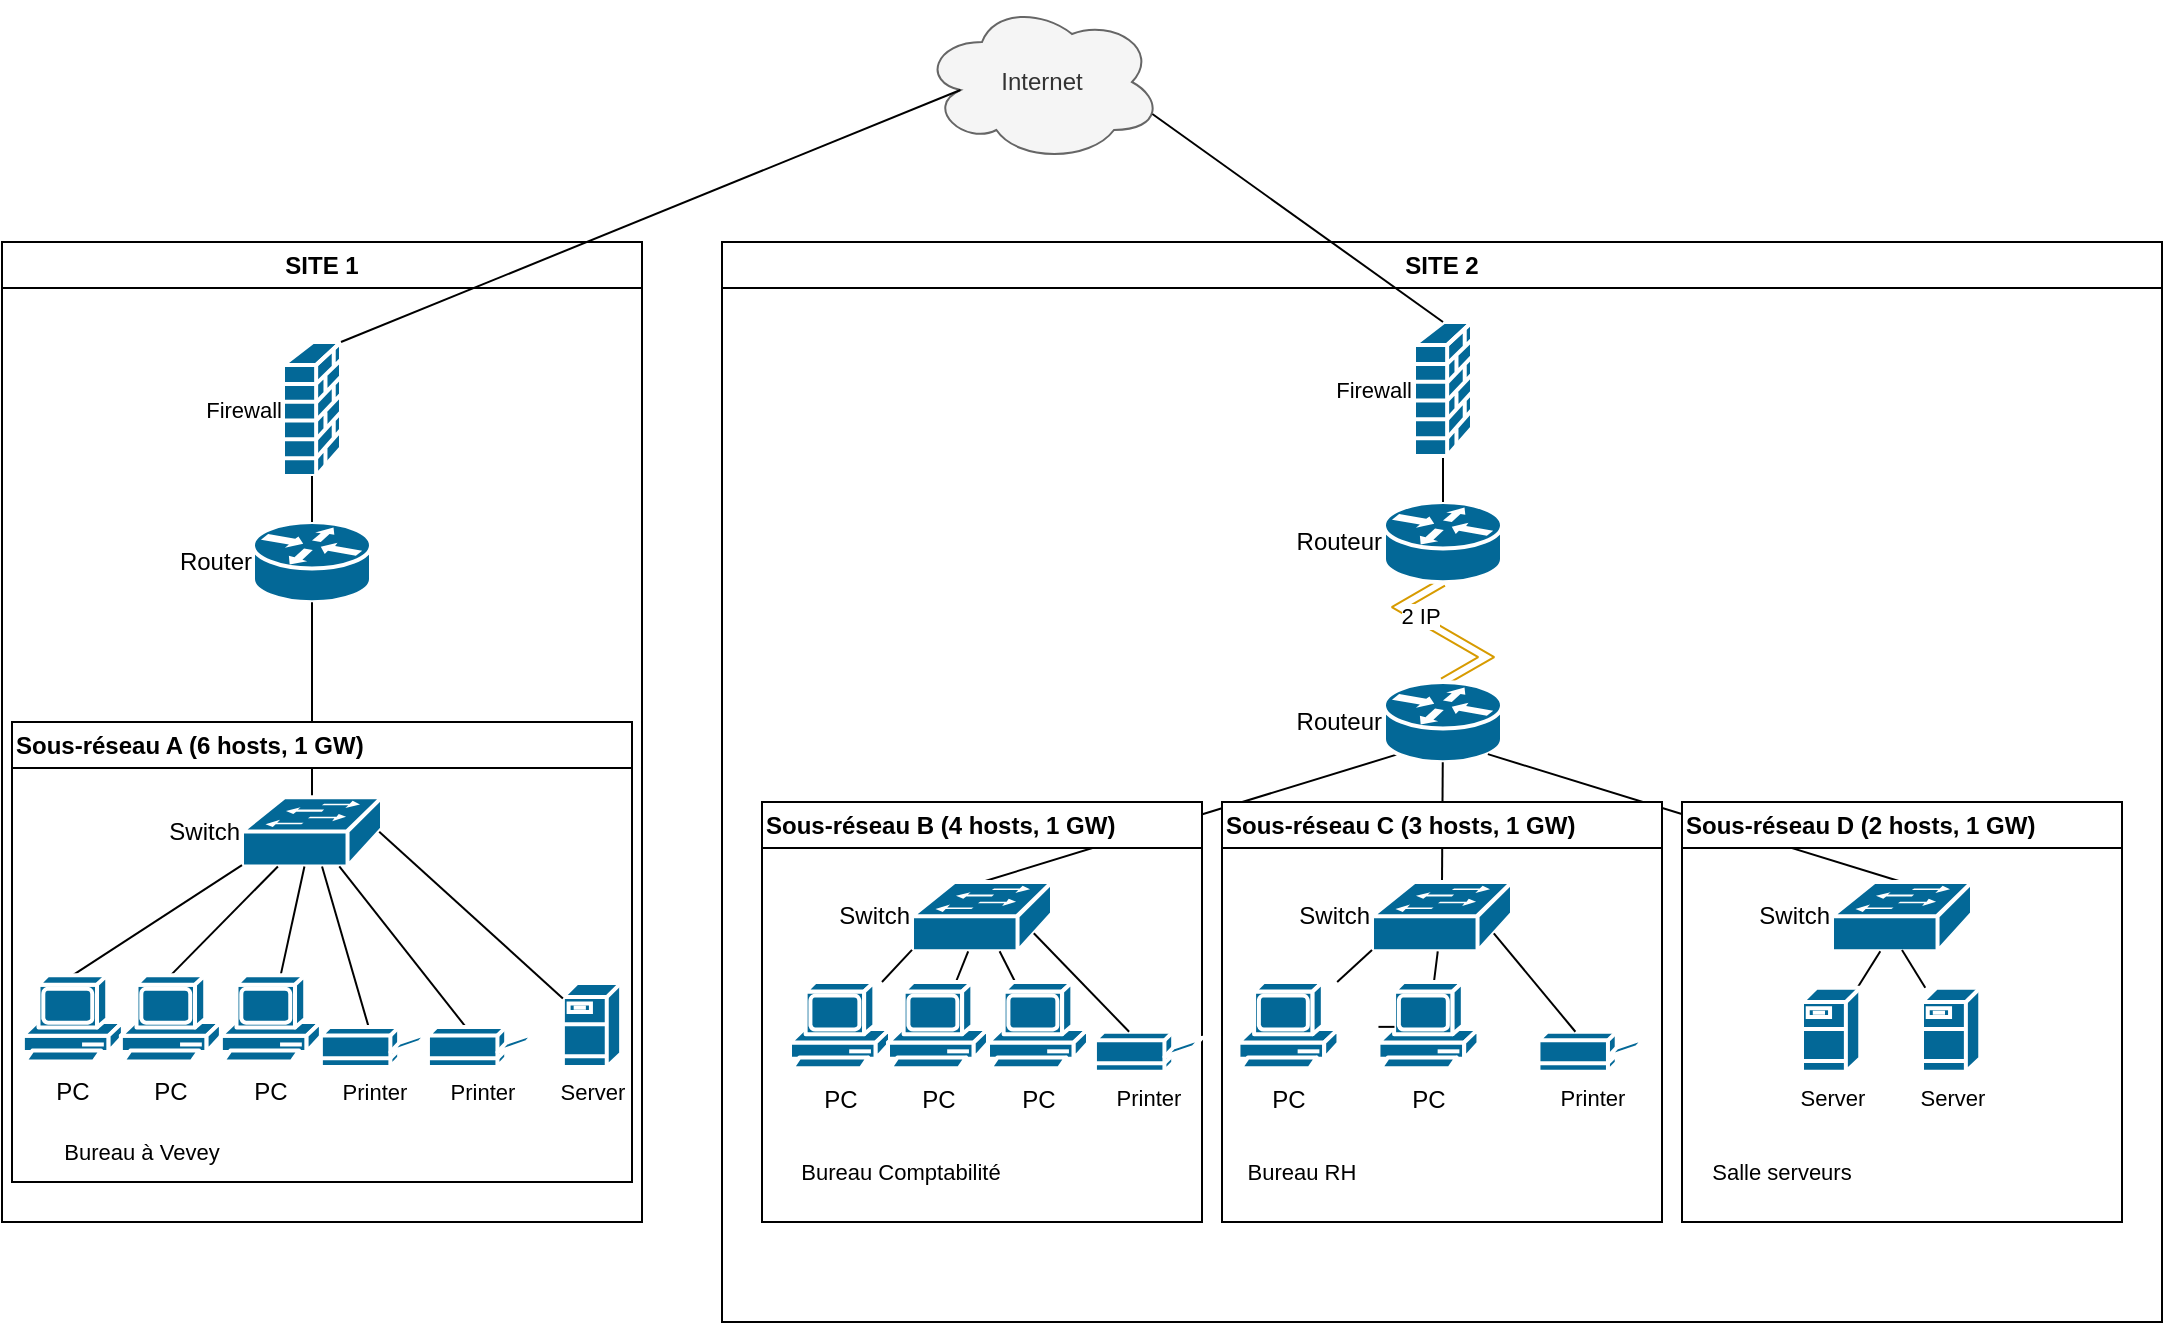
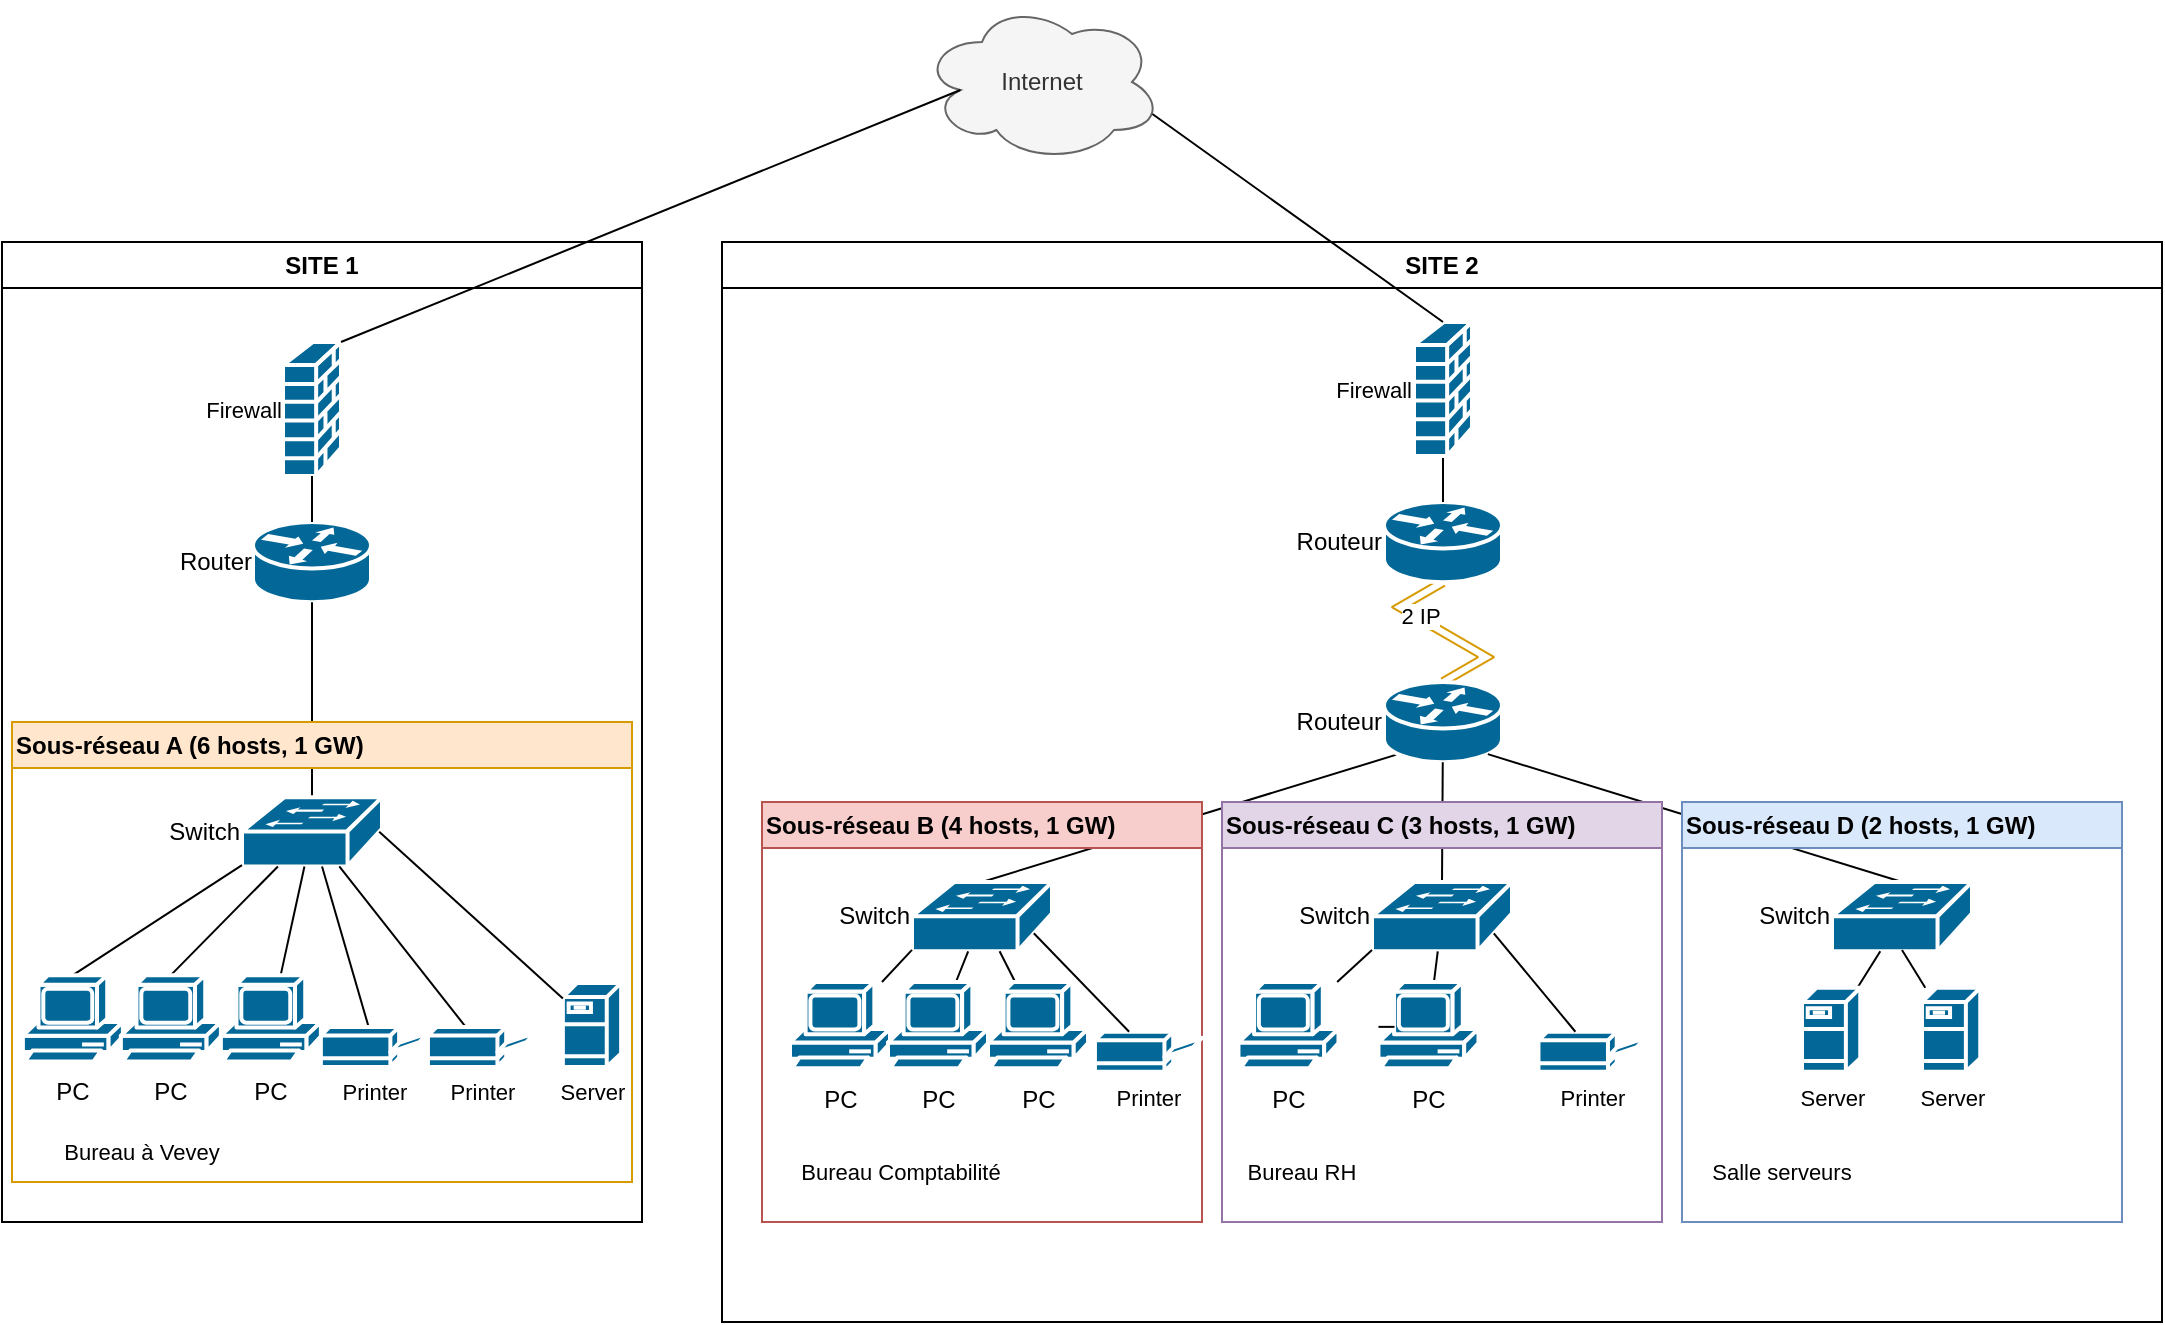
<mxfile host="app.diagrams.net">
  <diagram name="Page-1" id="ekn4VuCVdfrbBKzGEbSc">
    <mxGraphModel dx="1768" dy="870" grid="1" gridSize="10" guides="1" tooltips="1" connect="1" arrows="1" fold="1" page="1" pageScale="1" pageWidth="827" pageHeight="1169" math="0" shadow="0">
      <root>
        <mxCell id="0" />
        <mxCell id="1" parent="0" />
        <mxCell id="f7Ks8EoNQ2PZTetNXwv1-2496" parent="1" style="ellipse;shape=cloud;whiteSpace=wrap;html=1;fillColor=#f5f5f5;fontColor=#333333;strokeColor=#666666;" value="Internet" vertex="1">
          <mxGeometry height="80" width="120" x="730" y="90" as="geometry" />
        </mxCell>
        <mxCell id="f7Ks8EoNQ2PZTetNXwv1-2497" parent="1" style="swimlane;whiteSpace=wrap;html=1;startSize=23;" value="SITE 1" vertex="1">
          <mxGeometry height="490" width="320" x="270" y="210" as="geometry" />
        </mxCell>
        <mxCell id="f7Ks8EoNQ2PZTetNXwv1-2548" parent="f7Ks8EoNQ2PZTetNXwv1-2497" style="strokeColor=#ffffff;sketch=0;html=1;pointerEvents=1;dashed=0;fillColor=#036897;strokeWidth=2;verticalLabelPosition=middle;verticalAlign=middle;align=right;outlineConnect=0;shape=mxgraph.cisco.routers.router;labelBackgroundColor=none;labelPosition=left;" value="Router" vertex="1">
          <mxGeometry height="40.09" width="59" x="125.5" y="140" as="geometry" />
        </mxCell>
        <mxCell id="f7Ks8EoNQ2PZTetNXwv1-2555" edge="1" parent="f7Ks8EoNQ2PZTetNXwv1-2497" source="mVMcnRNJooNBmQ9YAk_B-56" style="edgeStyle=orthogonalEdgeStyle;rounded=0;orthogonalLoop=1;jettySize=auto;html=1;entryX=0.5;entryY=1;entryDx=0;entryDy=0;entryPerimeter=0;endArrow=none;endFill=0;" target="f7Ks8EoNQ2PZTetNXwv1-2548">
          <mxGeometry relative="1" as="geometry">
            <mxPoint x="160.0666666666666" y="130" as="sourcePoint" />
          </mxGeometry>
        </mxCell>
-         <mxCell id="mVMcnRNJooNBmQ9YAk_B-55" parent="f7Ks8EoNQ2PZTetNXwv1-2497" style="swimlane;whiteSpace=wrap;html=1;align=left;" value="&lt;div align=&quot;left&quot;&gt;Sous-réseau A (6 hosts, 1 GW)&lt;/div&gt;" vertex="1">
+         <mxCell id="mVMcnRNJooNBmQ9YAk_B-55" parent="f7Ks8EoNQ2PZTetNXwv1-2497" style="swimlane;whiteSpace=wrap;html=1;align=left;fillColor=#ffe6cc;strokeColor=#d79b00;" value="&lt;div align=&quot;left&quot;&gt;Sous-réseau A (6 hosts, 1 GW)&lt;/div&gt;" vertex="1">
          <mxGeometry height="230" width="310" x="5" y="240" as="geometry" />
        </mxCell>
        <mxCell id="mVMcnRNJooNBmQ9YAk_B-56" parent="mVMcnRNJooNBmQ9YAk_B-55" style="strokeColor=#ffffff;sketch=0;html=1;pointerEvents=1;dashed=0;fillColor=#036897;strokeWidth=2;verticalLabelPosition=middle;verticalAlign=middle;align=right;outlineConnect=0;shape=mxgraph.cisco.switches.workgroup_switch;labelPosition=left;" value="Switch" vertex="1">
          <mxGeometry height="34.65" width="70" x="115" y="37.57" as="geometry" />
        </mxCell>
        <mxCell id="mVMcnRNJooNBmQ9YAk_B-57" edge="1" parent="mVMcnRNJooNBmQ9YAk_B-55" source="mVMcnRNJooNBmQ9YAk_B-58" style="rounded=0;orthogonalLoop=1;jettySize=auto;html=1;startArrow=none;startFill=0;endArrow=none;endFill=0;entryX=0;entryY=0.98;entryDx=0;entryDy=0;entryPerimeter=0;exitX=0.5;exitY=0;exitDx=0;exitDy=0;exitPerimeter=0;" target="mVMcnRNJooNBmQ9YAk_B-56">
          <mxGeometry relative="1" as="geometry" />
        </mxCell>
        <mxCell id="mVMcnRNJooNBmQ9YAk_B-58" parent="mVMcnRNJooNBmQ9YAk_B-55" style="sketch=0;html=1;pointerEvents=1;dashed=0;fillColor=#036897;strokeColor=#ffffff;strokeWidth=2;verticalLabelPosition=bottom;verticalAlign=top;align=center;outlineConnect=0;shape=mxgraph.cisco.computers_and_peripherals.pc;" value="PC" vertex="1">
          <mxGeometry height="44.87" width="50" x="5.439999999999997" y="126.57" as="geometry" />
        </mxCell>
        <mxCell id="mVMcnRNJooNBmQ9YAk_B-59" edge="1" parent="mVMcnRNJooNBmQ9YAk_B-55" source="mVMcnRNJooNBmQ9YAk_B-60" style="rounded=0;orthogonalLoop=1;jettySize=auto;html=1;endArrow=none;endFill=0;exitX=0.5;exitY=0;exitDx=0;exitDy=0;exitPerimeter=0;" target="mVMcnRNJooNBmQ9YAk_B-56">
          <mxGeometry relative="1" as="geometry" />
        </mxCell>
        <mxCell id="mVMcnRNJooNBmQ9YAk_B-60" parent="mVMcnRNJooNBmQ9YAk_B-55" style="sketch=0;html=1;pointerEvents=1;dashed=0;fillColor=#036897;strokeColor=#ffffff;strokeWidth=2;verticalLabelPosition=bottom;verticalAlign=top;align=center;outlineConnect=0;shape=mxgraph.cisco.computers_and_peripherals.pc;" value="PC" vertex="1">
          <mxGeometry height="44.87" width="50" x="54.44" y="126.57" as="geometry" />
        </mxCell>
        <mxCell id="mVMcnRNJooNBmQ9YAk_B-61" edge="1" parent="mVMcnRNJooNBmQ9YAk_B-55" source="mVMcnRNJooNBmQ9YAk_B-62" style="edgeStyle=none;shape=connector;rounded=0;orthogonalLoop=1;jettySize=auto;html=1;strokeColor=default;align=center;verticalAlign=middle;fontFamily=Helvetica;fontSize=11;fontColor=default;labelBackgroundColor=default;endArrow=none;endFill=0;" target="mVMcnRNJooNBmQ9YAk_B-56">
          <mxGeometry relative="1" as="geometry" />
        </mxCell>
        <mxCell id="mVMcnRNJooNBmQ9YAk_B-62" parent="mVMcnRNJooNBmQ9YAk_B-55" style="sketch=0;html=1;pointerEvents=1;dashed=0;fillColor=#036897;strokeColor=#ffffff;strokeWidth=2;verticalLabelPosition=bottom;verticalAlign=top;align=center;outlineConnect=0;shape=mxgraph.cisco.computers_and_peripherals.pc;" value="PC" vertex="1">
          <mxGeometry height="44.87" width="50" x="104.44" y="126.57" as="geometry" />
        </mxCell>
        <mxCell id="mVMcnRNJooNBmQ9YAk_B-63" edge="1" parent="mVMcnRNJooNBmQ9YAk_B-55" source="mVMcnRNJooNBmQ9YAk_B-64" style="edgeStyle=none;shape=connector;rounded=0;orthogonalLoop=1;jettySize=auto;html=1;strokeColor=default;align=center;verticalAlign=middle;fontFamily=Helvetica;fontSize=11;fontColor=default;labelBackgroundColor=default;endArrow=none;endFill=0;" target="mVMcnRNJooNBmQ9YAk_B-56">
          <mxGeometry relative="1" as="geometry" />
        </mxCell>
        <mxCell id="mVMcnRNJooNBmQ9YAk_B-64" parent="mVMcnRNJooNBmQ9YAk_B-55" style="sketch=0;html=1;pointerEvents=1;dashed=0;fillColor=#036897;strokeColor=#ffffff;strokeWidth=2;verticalLabelPosition=bottom;verticalAlign=top;align=center;outlineConnect=0;shape=mxgraph.cisco.computers_and_peripherals.printer;fontFamily=Helvetica;fontSize=11;fontColor=default;labelBackgroundColor=default;" value="Printer" vertex="1">
          <mxGeometry height="20" width="53.53" x="207.96999999999997" y="152.44" as="geometry" />
        </mxCell>
        <mxCell id="mVMcnRNJooNBmQ9YAk_B-65" edge="1" parent="mVMcnRNJooNBmQ9YAk_B-55" source="mVMcnRNJooNBmQ9YAk_B-66" style="edgeStyle=none;shape=connector;rounded=0;orthogonalLoop=1;jettySize=auto;html=1;strokeColor=default;align=center;verticalAlign=middle;fontFamily=Helvetica;fontSize=11;fontColor=default;labelBackgroundColor=default;endArrow=none;endFill=0;" target="mVMcnRNJooNBmQ9YAk_B-56">
          <mxGeometry relative="1" as="geometry" />
        </mxCell>
        <mxCell id="mVMcnRNJooNBmQ9YAk_B-66" parent="mVMcnRNJooNBmQ9YAk_B-55" style="sketch=0;html=1;pointerEvents=1;dashed=0;fillColor=#036897;strokeColor=#ffffff;strokeWidth=2;verticalLabelPosition=bottom;verticalAlign=top;align=center;outlineConnect=0;shape=mxgraph.cisco.computers_and_peripherals.printer;fontFamily=Helvetica;fontSize=11;fontColor=default;labelBackgroundColor=default;" value="Printer" vertex="1">
          <mxGeometry height="20" width="53.53" x="154.44" y="152.44" as="geometry" />
        </mxCell>
        <mxCell id="mVMcnRNJooNBmQ9YAk_B-67" parent="mVMcnRNJooNBmQ9YAk_B-55" style="strokeColor=#ffffff;sketch=0;html=1;pointerEvents=1;dashed=0;fillColor=#036897;strokeWidth=2;verticalLabelPosition=bottom;verticalAlign=top;align=center;outlineConnect=0;shape=mxgraph.cisco.servers.fileserver;fontFamily=Helvetica;fontSize=11;fontColor=default;labelBackgroundColor=default;" value="Server" vertex="1">
          <mxGeometry height="42" width="29.13" x="275.44" y="130.44" as="geometry" />
        </mxCell>
        <mxCell id="mVMcnRNJooNBmQ9YAk_B-68" edge="1" parent="mVMcnRNJooNBmQ9YAk_B-55" source="mVMcnRNJooNBmQ9YAk_B-67" style="edgeStyle=none;shape=connector;rounded=0;orthogonalLoop=1;jettySize=auto;html=1;entryX=0.98;entryY=0.5;entryDx=0;entryDy=0;entryPerimeter=0;strokeColor=default;align=center;verticalAlign=middle;fontFamily=Helvetica;fontSize=11;fontColor=default;labelBackgroundColor=default;endArrow=none;endFill=0;" target="mVMcnRNJooNBmQ9YAk_B-56">
          <mxGeometry relative="1" as="geometry" />
        </mxCell>
        <mxCell id="mVMcnRNJooNBmQ9YAk_B-103" parent="mVMcnRNJooNBmQ9YAk_B-55" style="text;html=1;whiteSpace=wrap;strokeColor=none;fillColor=none;align=center;verticalAlign=middle;rounded=0;fontFamily=Helvetica;fontSize=11;fontColor=default;labelBackgroundColor=default;" value="Bureau à Vevey" vertex="1">
          <mxGeometry height="30" width="120" x="5.439999999999998" y="200" as="geometry" />
        </mxCell>
        <mxCell id="mVMcnRNJooNBmQ9YAk_B-94" parent="f7Ks8EoNQ2PZTetNXwv1-2497" style="strokeColor=#ffffff;sketch=0;html=1;pointerEvents=1;dashed=0;fillColor=#036897;strokeWidth=2;verticalLabelPosition=middle;verticalAlign=middle;align=right;outlineConnect=0;shape=mxgraph.cisco.security.firewall;fontFamily=Helvetica;fontSize=11;fontColor=default;labelBackgroundColor=default;labelPosition=left;" value="Firewall" vertex="1">
          <mxGeometry height="67" width="28.999999999999996" x="140.5" y="50" as="geometry" />
        </mxCell>
        <mxCell id="mVMcnRNJooNBmQ9YAk_B-96" edge="1" parent="f7Ks8EoNQ2PZTetNXwv1-2497" source="f7Ks8EoNQ2PZTetNXwv1-2548" style="edgeStyle=none;shape=connector;rounded=0;orthogonalLoop=1;jettySize=auto;html=1;entryX=0.5;entryY=1;entryDx=0;entryDy=0;entryPerimeter=0;strokeColor=default;align=center;verticalAlign=middle;fontFamily=Helvetica;fontSize=11;fontColor=default;labelBackgroundColor=default;endArrow=none;endFill=0;" target="mVMcnRNJooNBmQ9YAk_B-94">
          <mxGeometry relative="1" as="geometry" />
        </mxCell>
        <mxCell id="f7Ks8EoNQ2PZTetNXwv1-2513" parent="1" style="swimlane;whiteSpace=wrap;html=1;startSize=23;" value="SITE 2" vertex="1">
          <mxGeometry height="540" width="720" x="630" y="210" as="geometry">
            <mxRectangle height="30" width="80" x="380" y="190" as="alternateBounds" />
          </mxGeometry>
        </mxCell>
        <mxCell id="mVMcnRNJooNBmQ9YAk_B-17" edge="1" parent="f7Ks8EoNQ2PZTetNXwv1-2513" source="f7Ks8EoNQ2PZTetNXwv1-2563" style="edgeStyle=isometricEdgeStyle;shape=link;rounded=0;orthogonalLoop=1;jettySize=auto;html=1;strokeColor=#d79b00;align=center;verticalAlign=middle;fontFamily=Helvetica;fontSize=11;fontColor=default;labelBackgroundColor=default;endArrow=none;endFill=0;exitX=0.5;exitY=1;exitDx=0;exitDy=0;exitPerimeter=0;elbow=horizontal;entryX=0.5;entryY=0;entryDx=0;entryDy=0;entryPerimeter=0;fillColor=#ffe6cc;" target="mVMcnRNJooNBmQ9YAk_B-3">
          <mxGeometry relative="1" as="geometry" />
        </mxCell>
        <mxCell id="mVMcnRNJooNBmQ9YAk_B-99" connectable="0" parent="mVMcnRNJooNBmQ9YAk_B-17" style="edgeLabel;html=1;align=center;verticalAlign=middle;resizable=0;points=[];fontFamily=Helvetica;fontSize=11;fontColor=default;labelBackgroundColor=default;" value="2 IP" vertex="1">
          <mxGeometry relative="1" x="-0.2751" y="1" as="geometry">
            <mxPoint as="offset" />
          </mxGeometry>
        </mxCell>
        <mxCell id="f7Ks8EoNQ2PZTetNXwv1-2563" parent="f7Ks8EoNQ2PZTetNXwv1-2513" style="strokeColor=#ffffff;sketch=0;html=1;pointerEvents=1;dashed=0;fillColor=#036897;strokeWidth=2;verticalLabelPosition=middle;verticalAlign=middle;align=right;outlineConnect=0;shape=mxgraph.cisco.routers.router;labelBackgroundColor=none;labelPosition=left;" value="&lt;span style=&quot;&quot;&gt;Routeur&lt;/span&gt;" vertex="1">
          <mxGeometry height="40.09" width="59" x="331" y="130" as="geometry" />
        </mxCell>
        <mxCell id="mVMcnRNJooNBmQ9YAk_B-19" edge="1" parent="f7Ks8EoNQ2PZTetNXwv1-2513" source="mVMcnRNJooNBmQ9YAk_B-3" style="edgeStyle=none;shape=connector;rounded=0;orthogonalLoop=1;jettySize=auto;html=1;strokeColor=default;align=center;verticalAlign=middle;fontFamily=Helvetica;fontSize=11;fontColor=default;labelBackgroundColor=default;endArrow=none;endFill=0;entryX=0.5;entryY=0;entryDx=0;entryDy=0;entryPerimeter=0;exitX=0.12;exitY=0.9;exitDx=0;exitDy=0;exitPerimeter=0;" target="mVMcnRNJooNBmQ9YAk_B-70">
          <mxGeometry relative="1" as="geometry">
            <mxPoint x="130" y="260.0899999999999" as="sourcePoint" />
            <mxPoint x="130" y="320" as="targetPoint" />
          </mxGeometry>
        </mxCell>
        <mxCell id="mVMcnRNJooNBmQ9YAk_B-3" parent="f7Ks8EoNQ2PZTetNXwv1-2513" style="strokeColor=#ffffff;sketch=0;html=1;pointerEvents=1;dashed=0;fillColor=#036897;strokeWidth=2;verticalLabelPosition=middle;verticalAlign=middle;align=right;outlineConnect=0;shape=mxgraph.cisco.routers.router;labelBackgroundColor=none;labelPosition=left;" value="&lt;span style=&quot;&quot;&gt;Routeur&lt;/span&gt;" vertex="1">
          <mxGeometry height="40.09" width="59" x="331" y="220" as="geometry" />
        </mxCell>
        <mxCell id="mVMcnRNJooNBmQ9YAk_B-7" edge="1" parent="f7Ks8EoNQ2PZTetNXwv1-2513" source="mVMcnRNJooNBmQ9YAk_B-6" style="edgeStyle=none;shape=connector;rounded=0;orthogonalLoop=1;jettySize=auto;html=1;strokeColor=default;align=center;verticalAlign=middle;fontFamily=Helvetica;fontSize=11;fontColor=default;labelBackgroundColor=default;endArrow=none;endFill=0;" target="f7Ks8EoNQ2PZTetNXwv1-2563">
          <mxGeometry relative="1" as="geometry" />
        </mxCell>
        <mxCell id="mVMcnRNJooNBmQ9YAk_B-6" parent="f7Ks8EoNQ2PZTetNXwv1-2513" style="strokeColor=#ffffff;sketch=0;html=1;pointerEvents=1;dashed=0;fillColor=#036897;strokeWidth=2;verticalLabelPosition=middle;verticalAlign=middle;align=right;outlineConnect=0;shape=mxgraph.cisco.security.firewall;fontFamily=Helvetica;fontSize=11;fontColor=default;labelBackgroundColor=default;labelPosition=left;" value="Firewall" vertex="1">
          <mxGeometry height="67" width="28.999999999999996" x="346" y="40" as="geometry" />
        </mxCell>
        <mxCell id="mVMcnRNJooNBmQ9YAk_B-20" edge="1" parent="f7Ks8EoNQ2PZTetNXwv1-2513" source="mVMcnRNJooNBmQ9YAk_B-3" style="edgeStyle=none;shape=connector;rounded=0;orthogonalLoop=1;jettySize=auto;html=1;entryX=0.5;entryY=0;entryDx=0;entryDy=0;entryPerimeter=0;strokeColor=default;align=center;verticalAlign=middle;fontFamily=Helvetica;fontSize=11;fontColor=default;labelBackgroundColor=default;endArrow=none;endFill=0;" target="mVMcnRNJooNBmQ9YAk_B-80">
          <mxGeometry relative="1" as="geometry">
            <mxPoint x="360" y="320" as="targetPoint" />
          </mxGeometry>
        </mxCell>
        <mxCell id="mVMcnRNJooNBmQ9YAk_B-21" edge="1" parent="f7Ks8EoNQ2PZTetNXwv1-2513" source="mVMcnRNJooNBmQ9YAk_B-3" style="edgeStyle=none;shape=connector;rounded=0;orthogonalLoop=1;jettySize=auto;html=1;entryX=0.5;entryY=0;entryDx=0;entryDy=0;entryPerimeter=0;strokeColor=default;align=center;verticalAlign=middle;fontFamily=Helvetica;fontSize=11;fontColor=default;labelBackgroundColor=default;endArrow=none;endFill=0;exitX=0.88;exitY=0.9;exitDx=0;exitDy=0;exitPerimeter=0;" target="mVMcnRNJooNBmQ9YAk_B-89">
          <mxGeometry relative="1" as="geometry">
            <mxPoint x="590" y="260.0899999999999" as="sourcePoint" />
            <mxPoint x="590" y="320" as="targetPoint" />
          </mxGeometry>
        </mxCell>
-         <mxCell id="mVMcnRNJooNBmQ9YAk_B-69" parent="f7Ks8EoNQ2PZTetNXwv1-2513" style="swimlane;whiteSpace=wrap;html=1;align=left;" value="&lt;div align=&quot;left&quot;&gt;Sous-réseau B (4 hosts, 1 GW)&lt;/div&gt;" vertex="1">
+         <mxCell id="mVMcnRNJooNBmQ9YAk_B-69" parent="f7Ks8EoNQ2PZTetNXwv1-2513" style="swimlane;whiteSpace=wrap;html=1;align=left;fillColor=#f8cecc;strokeColor=#b85450;" value="&lt;div align=&quot;left&quot;&gt;Sous-réseau B (4 hosts, 1 GW)&lt;/div&gt;" vertex="1">
          <mxGeometry height="210" width="220" x="20" y="280" as="geometry" />
        </mxCell>
        <mxCell id="mVMcnRNJooNBmQ9YAk_B-70" parent="mVMcnRNJooNBmQ9YAk_B-69" style="strokeColor=#ffffff;sketch=0;html=1;pointerEvents=1;dashed=0;fillColor=#036897;strokeWidth=2;verticalLabelPosition=middle;verticalAlign=middle;align=right;outlineConnect=0;shape=mxgraph.cisco.switches.workgroup_switch;labelPosition=left;" value="Switch" vertex="1">
          <mxGeometry height="34.65" width="70" x="75" y="40" as="geometry" />
        </mxCell>
        <mxCell id="mVMcnRNJooNBmQ9YAk_B-71" parent="mVMcnRNJooNBmQ9YAk_B-69" style="sketch=0;html=1;pointerEvents=1;dashed=0;fillColor=#036897;strokeColor=#ffffff;strokeWidth=2;verticalLabelPosition=bottom;verticalAlign=top;align=center;outlineConnect=0;shape=mxgraph.cisco.computers_and_peripherals.pc;" value="PC" vertex="1">
          <mxGeometry height="44.87" width="50" x="14" y="90" as="geometry" />
        </mxCell>
        <mxCell id="mVMcnRNJooNBmQ9YAk_B-72" edge="1" parent="mVMcnRNJooNBmQ9YAk_B-69" source="mVMcnRNJooNBmQ9YAk_B-73" style="edgeStyle=none;shape=connector;rounded=0;orthogonalLoop=1;jettySize=auto;html=1;strokeColor=default;align=center;verticalAlign=middle;fontFamily=Helvetica;fontSize=11;fontColor=default;labelBackgroundColor=default;endArrow=none;endFill=0;" target="mVMcnRNJooNBmQ9YAk_B-70" value="">
          <mxGeometry relative="1" as="geometry" />
        </mxCell>
        <mxCell id="mVMcnRNJooNBmQ9YAk_B-73" parent="mVMcnRNJooNBmQ9YAk_B-69" style="sketch=0;html=1;pointerEvents=1;dashed=0;fillColor=#036897;strokeColor=#ffffff;strokeWidth=2;verticalLabelPosition=bottom;verticalAlign=top;align=center;outlineConnect=0;shape=mxgraph.cisco.computers_and_peripherals.pc;" value="PC" vertex="1">
          <mxGeometry height="44.87" width="50" x="63" y="90" as="geometry" />
        </mxCell>
        <mxCell id="mVMcnRNJooNBmQ9YAk_B-74" edge="1" parent="mVMcnRNJooNBmQ9YAk_B-69" source="mVMcnRNJooNBmQ9YAk_B-75" style="edgeStyle=none;shape=connector;rounded=0;orthogonalLoop=1;jettySize=auto;html=1;strokeColor=default;align=center;verticalAlign=middle;fontFamily=Helvetica;fontSize=11;fontColor=default;labelBackgroundColor=default;endArrow=none;endFill=0;" target="mVMcnRNJooNBmQ9YAk_B-70">
          <mxGeometry relative="1" as="geometry" />
        </mxCell>
        <mxCell id="mVMcnRNJooNBmQ9YAk_B-75" parent="mVMcnRNJooNBmQ9YAk_B-69" style="sketch=0;html=1;pointerEvents=1;dashed=0;fillColor=#036897;strokeColor=#ffffff;strokeWidth=2;verticalLabelPosition=bottom;verticalAlign=top;align=center;outlineConnect=0;shape=mxgraph.cisco.computers_and_peripherals.pc;" value="PC" vertex="1">
          <mxGeometry height="44.87" width="50" x="113" y="90" as="geometry" />
        </mxCell>
        <mxCell id="mVMcnRNJooNBmQ9YAk_B-76" parent="mVMcnRNJooNBmQ9YAk_B-69" style="sketch=0;html=1;pointerEvents=1;dashed=0;fillColor=#036897;strokeColor=#ffffff;strokeWidth=2;verticalLabelPosition=bottom;verticalAlign=top;align=center;outlineConnect=0;shape=mxgraph.cisco.computers_and_peripherals.printer;fontFamily=Helvetica;fontSize=11;fontColor=default;labelBackgroundColor=default;" value="Printer" vertex="1">
          <mxGeometry height="20" width="53.53" x="166.47000000000003" y="114.87" as="geometry" />
        </mxCell>
        <mxCell id="mVMcnRNJooNBmQ9YAk_B-77" edge="1" parent="mVMcnRNJooNBmQ9YAk_B-69" source="mVMcnRNJooNBmQ9YAk_B-71" style="edgeStyle=none;shape=connector;rounded=0;orthogonalLoop=1;jettySize=auto;html=1;entryX=0;entryY=0.98;entryDx=0;entryDy=0;entryPerimeter=0;strokeColor=default;align=center;verticalAlign=middle;fontFamily=Helvetica;fontSize=11;fontColor=default;labelBackgroundColor=default;endArrow=none;endFill=0;" target="mVMcnRNJooNBmQ9YAk_B-70">
          <mxGeometry relative="1" as="geometry" />
        </mxCell>
        <mxCell id="mVMcnRNJooNBmQ9YAk_B-78" edge="1" parent="mVMcnRNJooNBmQ9YAk_B-69" source="mVMcnRNJooNBmQ9YAk_B-76" style="edgeStyle=none;shape=connector;rounded=0;orthogonalLoop=1;jettySize=auto;html=1;entryX=0.87;entryY=0.74;entryDx=0;entryDy=0;entryPerimeter=0;strokeColor=default;align=center;verticalAlign=middle;fontFamily=Helvetica;fontSize=11;fontColor=default;labelBackgroundColor=default;endArrow=none;endFill=0;" target="mVMcnRNJooNBmQ9YAk_B-70">
          <mxGeometry relative="1" as="geometry" />
        </mxCell>
        <mxCell id="mVMcnRNJooNBmQ9YAk_B-100" parent="mVMcnRNJooNBmQ9YAk_B-69" style="text;html=1;whiteSpace=wrap;strokeColor=none;fillColor=none;align=center;verticalAlign=middle;rounded=0;fontFamily=Helvetica;fontSize=11;fontColor=default;labelBackgroundColor=default;" value="Bureau Comptabilité" vertex="1">
          <mxGeometry height="30" width="121" x="9" y="170" as="geometry" />
        </mxCell>
-         <mxCell id="mVMcnRNJooNBmQ9YAk_B-79" parent="f7Ks8EoNQ2PZTetNXwv1-2513" style="swimlane;whiteSpace=wrap;html=1;align=left;" value="&lt;div align=&quot;left&quot;&gt;Sous-réseau C (3 hosts, 1 GW)&lt;/div&gt;" vertex="1">
+         <mxCell id="mVMcnRNJooNBmQ9YAk_B-79" parent="f7Ks8EoNQ2PZTetNXwv1-2513" style="swimlane;whiteSpace=wrap;html=1;align=left;fillColor=#e1d5e7;strokeColor=#9673a6;" value="&lt;div align=&quot;left&quot;&gt;Sous-réseau C (3 hosts, 1 GW)&lt;/div&gt;" vertex="1">
          <mxGeometry height="210" width="220" x="250" y="280" as="geometry" />
        </mxCell>
        <mxCell id="mVMcnRNJooNBmQ9YAk_B-80" parent="mVMcnRNJooNBmQ9YAk_B-79" style="strokeColor=#ffffff;sketch=0;html=1;pointerEvents=1;dashed=0;fillColor=#036897;strokeWidth=2;verticalLabelPosition=middle;verticalAlign=middle;align=right;outlineConnect=0;shape=mxgraph.cisco.switches.workgroup_switch;labelPosition=left;" value="Switch" vertex="1">
          <mxGeometry height="34.65" width="70" x="75" y="40" as="geometry" />
        </mxCell>
        <mxCell id="mVMcnRNJooNBmQ9YAk_B-81" edge="1" parent="mVMcnRNJooNBmQ9YAk_B-79" source="mVMcnRNJooNBmQ9YAk_B-82" style="edgeStyle=none;shape=connector;rounded=0;orthogonalLoop=1;jettySize=auto;html=1;strokeColor=default;align=center;verticalAlign=middle;fontFamily=Helvetica;fontSize=11;fontColor=default;labelBackgroundColor=default;endArrow=none;endFill=0;entryX=0;entryY=0.98;entryDx=0;entryDy=0;entryPerimeter=0;" target="mVMcnRNJooNBmQ9YAk_B-80">
          <mxGeometry relative="1" as="geometry" />
        </mxCell>
        <mxCell id="mVMcnRNJooNBmQ9YAk_B-82" parent="mVMcnRNJooNBmQ9YAk_B-79" style="sketch=0;html=1;pointerEvents=1;dashed=0;fillColor=#036897;strokeColor=#ffffff;strokeWidth=2;verticalLabelPosition=bottom;verticalAlign=top;align=center;outlineConnect=0;shape=mxgraph.cisco.computers_and_peripherals.pc;" value="PC" vertex="1">
          <mxGeometry height="44.87" width="50" x="8.23" y="90" as="geometry" />
        </mxCell>
        <mxCell id="mVMcnRNJooNBmQ9YAk_B-83" edge="1" parent="mVMcnRNJooNBmQ9YAk_B-79" source="mVMcnRNJooNBmQ9YAk_B-84" style="edgeStyle=none;shape=connector;rounded=0;orthogonalLoop=1;jettySize=auto;html=1;strokeColor=default;align=center;verticalAlign=middle;fontFamily=Helvetica;fontSize=11;fontColor=default;labelBackgroundColor=default;endArrow=none;endFill=0;" target="mVMcnRNJooNBmQ9YAk_B-80">
          <mxGeometry relative="1" as="geometry" />
        </mxCell>
        <mxCell id="mVMcnRNJooNBmQ9YAk_B-84" parent="mVMcnRNJooNBmQ9YAk_B-79" style="sketch=0;html=1;pointerEvents=1;dashed=0;fillColor=#036897;strokeColor=#ffffff;strokeWidth=2;verticalLabelPosition=bottom;verticalAlign=top;align=center;outlineConnect=0;shape=mxgraph.cisco.computers_and_peripherals.pc;" value="PC" vertex="1">
          <mxGeometry height="44.87" width="50" x="78.23" y="90" as="geometry" />
        </mxCell>
        <mxCell id="mVMcnRNJooNBmQ9YAk_B-85" edge="1" parent="mVMcnRNJooNBmQ9YAk_B-79" source="mVMcnRNJooNBmQ9YAk_B-84" style="edgeStyle=none;shape=connector;rounded=0;orthogonalLoop=1;jettySize=auto;html=1;exitX=0.16;exitY=0.5;exitDx=0;exitDy=0;exitPerimeter=0;strokeColor=default;align=center;verticalAlign=middle;fontFamily=Helvetica;fontSize=11;fontColor=default;labelBackgroundColor=default;endArrow=none;endFill=0;" target="mVMcnRNJooNBmQ9YAk_B-84">
          <mxGeometry relative="1" as="geometry" />
        </mxCell>
        <mxCell id="mVMcnRNJooNBmQ9YAk_B-86" parent="mVMcnRNJooNBmQ9YAk_B-79" style="sketch=0;html=1;pointerEvents=1;dashed=0;fillColor=#036897;strokeColor=#ffffff;strokeWidth=2;verticalLabelPosition=bottom;verticalAlign=top;align=center;outlineConnect=0;shape=mxgraph.cisco.computers_and_peripherals.printer;fontFamily=Helvetica;fontSize=11;fontColor=default;labelBackgroundColor=default;" value="Printer" vertex="1">
          <mxGeometry height="20" width="53.53" x="158.23" y="114.87" as="geometry" />
        </mxCell>
        <mxCell id="mVMcnRNJooNBmQ9YAk_B-87" edge="1" parent="mVMcnRNJooNBmQ9YAk_B-79" source="mVMcnRNJooNBmQ9YAk_B-86" style="edgeStyle=none;shape=connector;rounded=0;orthogonalLoop=1;jettySize=auto;html=1;entryX=0.87;entryY=0.74;entryDx=0;entryDy=0;entryPerimeter=0;strokeColor=default;align=center;verticalAlign=middle;fontFamily=Helvetica;fontSize=11;fontColor=default;labelBackgroundColor=default;endArrow=none;endFill=0;" target="mVMcnRNJooNBmQ9YAk_B-80">
          <mxGeometry relative="1" as="geometry" />
        </mxCell>
-         <mxCell id="mVMcnRNJooNBmQ9YAk_B-88" parent="f7Ks8EoNQ2PZTetNXwv1-2513" style="swimlane;whiteSpace=wrap;html=1;align=left;" value="&lt;div align=&quot;left&quot;&gt;Sous-réseau D (2 hosts, 1 GW)&lt;/div&gt;" vertex="1">
+         <mxCell id="mVMcnRNJooNBmQ9YAk_B-88" parent="f7Ks8EoNQ2PZTetNXwv1-2513" style="swimlane;whiteSpace=wrap;html=1;align=left;fillColor=#dae8fc;strokeColor=#6c8ebf;" value="&lt;div align=&quot;left&quot;&gt;Sous-réseau D (2 hosts, 1 GW)&lt;/div&gt;" vertex="1">
          <mxGeometry height="210" width="220" x="480" y="280" as="geometry" />
        </mxCell>
        <mxCell id="mVMcnRNJooNBmQ9YAk_B-89" parent="mVMcnRNJooNBmQ9YAk_B-88" style="strokeColor=#ffffff;sketch=0;html=1;pointerEvents=1;dashed=0;fillColor=#036897;strokeWidth=2;verticalLabelPosition=middle;verticalAlign=middle;align=right;outlineConnect=0;shape=mxgraph.cisco.switches.workgroup_switch;labelPosition=left;" value="Switch" vertex="1">
          <mxGeometry height="34.65" width="70" x="75" y="40" as="geometry" />
        </mxCell>
        <mxCell id="mVMcnRNJooNBmQ9YAk_B-90" edge="1" parent="mVMcnRNJooNBmQ9YAk_B-88" source="mVMcnRNJooNBmQ9YAk_B-91" style="edgeStyle=none;shape=connector;rounded=0;orthogonalLoop=1;jettySize=auto;html=1;strokeColor=default;align=center;verticalAlign=middle;fontFamily=Helvetica;fontSize=11;fontColor=default;labelBackgroundColor=default;endArrow=none;endFill=0;" target="mVMcnRNJooNBmQ9YAk_B-89">
          <mxGeometry relative="1" as="geometry" />
        </mxCell>
        <mxCell id="mVMcnRNJooNBmQ9YAk_B-91" parent="mVMcnRNJooNBmQ9YAk_B-88" style="strokeColor=#ffffff;sketch=0;html=1;pointerEvents=1;dashed=0;fillColor=#036897;strokeWidth=2;verticalLabelPosition=bottom;verticalAlign=top;align=center;outlineConnect=0;shape=mxgraph.cisco.servers.fileserver;fontFamily=Helvetica;fontSize=11;fontColor=default;labelBackgroundColor=default;" value="Server" vertex="1">
          <mxGeometry height="42" width="29.13" x="60" y="92.87" as="geometry" />
        </mxCell>
        <mxCell id="mVMcnRNJooNBmQ9YAk_B-92" parent="mVMcnRNJooNBmQ9YAk_B-88" style="strokeColor=#ffffff;sketch=0;html=1;pointerEvents=1;dashed=0;fillColor=#036897;strokeWidth=2;verticalLabelPosition=bottom;verticalAlign=top;align=center;outlineConnect=0;shape=mxgraph.cisco.servers.fileserver;fontFamily=Helvetica;fontSize=11;fontColor=default;labelBackgroundColor=default;" value="Server" vertex="1">
          <mxGeometry height="42" width="29.13" x="120" y="92.87" as="geometry" />
        </mxCell>
        <mxCell id="mVMcnRNJooNBmQ9YAk_B-93" edge="1" parent="mVMcnRNJooNBmQ9YAk_B-88" source="mVMcnRNJooNBmQ9YAk_B-92" style="edgeStyle=none;shape=connector;rounded=0;orthogonalLoop=1;jettySize=auto;html=1;entryX=0.5;entryY=0.98;entryDx=0;entryDy=0;entryPerimeter=0;strokeColor=default;align=center;verticalAlign=middle;fontFamily=Helvetica;fontSize=11;fontColor=default;labelBackgroundColor=default;endArrow=none;endFill=0;" target="mVMcnRNJooNBmQ9YAk_B-89">
          <mxGeometry relative="1" as="geometry" />
        </mxCell>
        <mxCell id="f7Ks8EoNQ2PZTetNXwv1-2549" edge="1" parent="1" source="mVMcnRNJooNBmQ9YAk_B-94" style="rounded=0;orthogonalLoop=1;jettySize=auto;html=1;entryX=0.16;entryY=0.55;entryDx=0;entryDy=0;entryPerimeter=0;strokeColor=default;endArrow=none;endFill=0;exitX=1;exitY=0;exitDx=0;exitDy=0;exitPerimeter=0;" target="f7Ks8EoNQ2PZTetNXwv1-2496">
          <mxGeometry relative="1" as="geometry" />
        </mxCell>
        <mxCell id="f7Ks8EoNQ2PZTetNXwv1-2551" edge="1" parent="1" source="mVMcnRNJooNBmQ9YAk_B-6" style="rounded=0;orthogonalLoop=1;jettySize=auto;html=1;entryX=0.96;entryY=0.7;entryDx=0;entryDy=0;entryPerimeter=0;endArrow=none;endFill=0;exitX=0.5;exitY=0;exitDx=0;exitDy=0;exitPerimeter=0;" target="f7Ks8EoNQ2PZTetNXwv1-2496">
          <mxGeometry relative="1" as="geometry">
            <mxPoint x="960.5961685823756" y="250" as="sourcePoint" />
          </mxGeometry>
        </mxCell>
        <mxCell id="mVMcnRNJooNBmQ9YAk_B-101" parent="1" style="text;html=1;whiteSpace=wrap;strokeColor=none;fillColor=none;align=center;verticalAlign=middle;rounded=0;fontFamily=Helvetica;fontSize=11;fontColor=default;labelBackgroundColor=default;" value="Bureau RH" vertex="1">
          <mxGeometry height="30" width="80" x="880" y="660" as="geometry" />
        </mxCell>
        <mxCell id="mVMcnRNJooNBmQ9YAk_B-102" parent="1" style="text;html=1;whiteSpace=wrap;strokeColor=none;fillColor=none;align=center;verticalAlign=middle;rounded=0;fontFamily=Helvetica;fontSize=11;fontColor=default;labelBackgroundColor=default;" value="Salle serveurs" vertex="1">
          <mxGeometry height="30" width="100" x="1110" y="660" as="geometry" />
        </mxCell>
      </root>
    </mxGraphModel>
  </diagram>
</mxfile>
